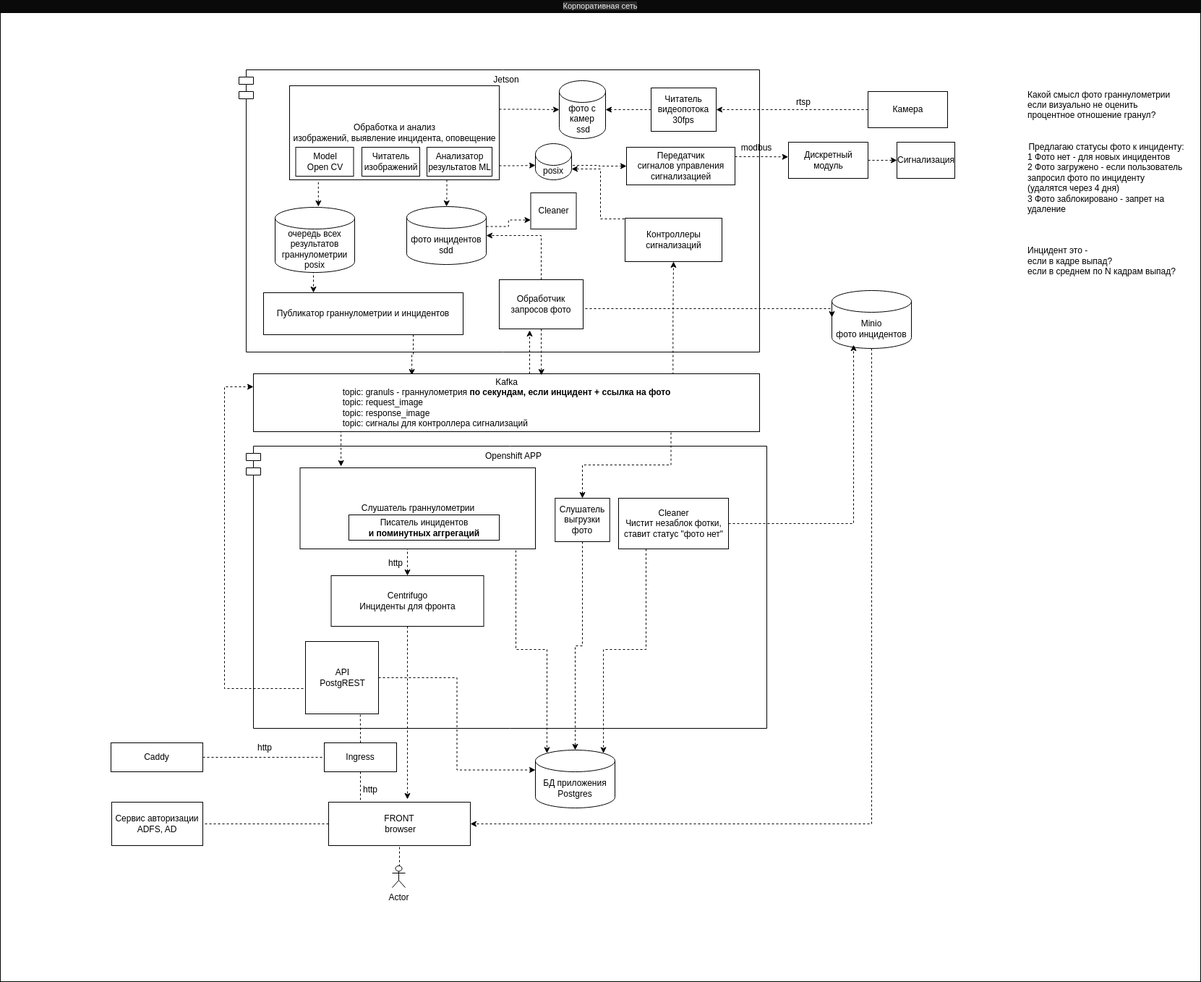
Above: docs/open_cv_1.png in dmpinform/practical_task (draw.io), before the change. Source tidied: cells renumbered, new cells last; positions are measured from the earlier drawing's top-left corner, leaving out a move shared by most shapes.
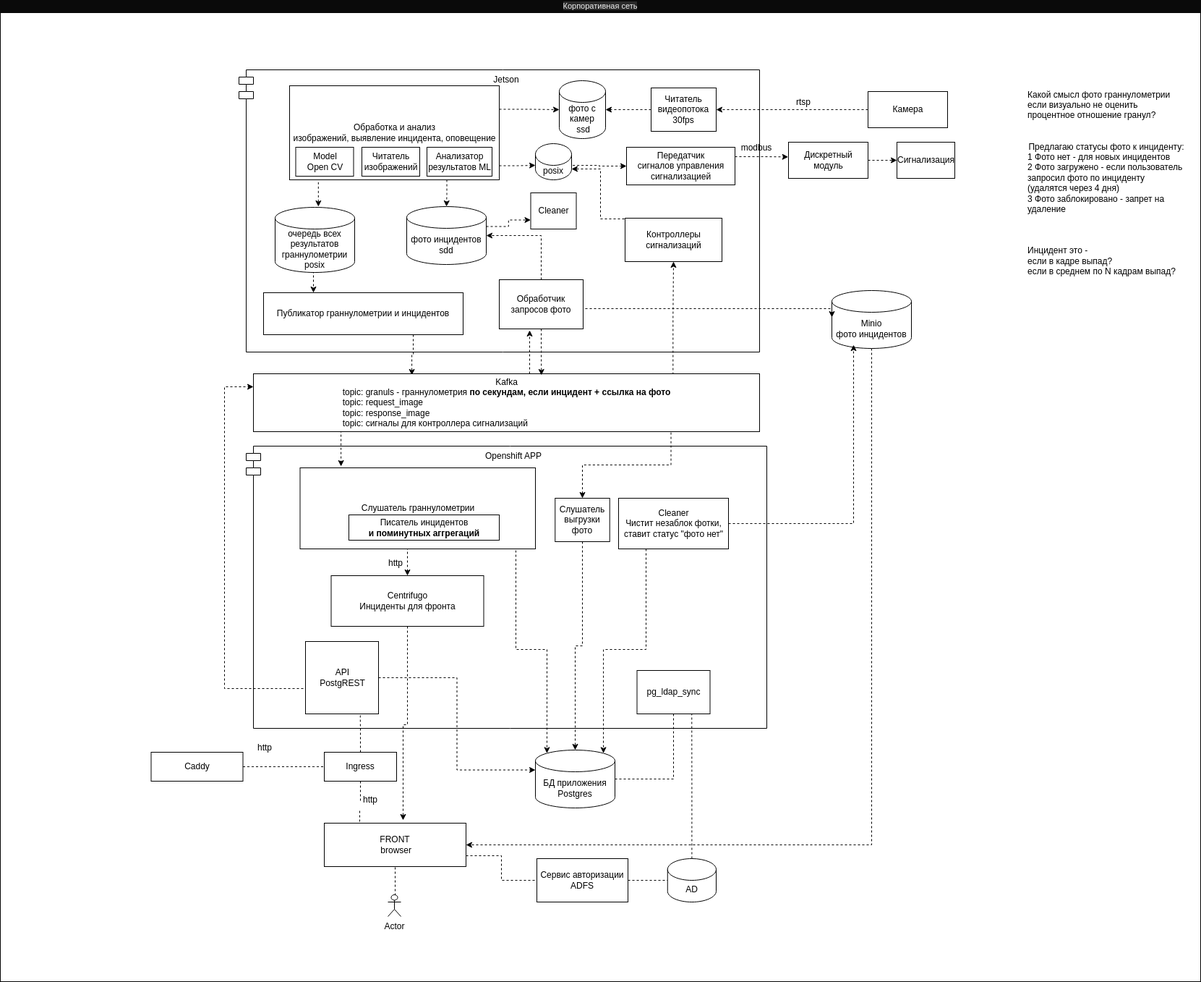
After the change.

Commit message:
Схемы в нотации С4

What changed in the source:
```diff
@@ -208,11 +208,11 @@
     <mxCell id="58" value="Cleaner&lt;br&gt;Чистит незаблок фотки, &lt;br&gt;ставит статус &quot;фото нет&quot;" style="html=1;labelBackgroundColor=none;fontColor=default;" parent="1" vertex="1">
       <mxGeometry x="855" y="671" width="152" height="70" as="geometry" />
     </mxCell>
-    <mxCell id="59" style="edgeStyle=orthogonalEdgeStyle;rounded=0;jettySize=auto;html=1;exitX=0;exitY=0.5;exitDx=0;exitDy=0;entryX=1;entryY=0.5;entryDx=0;entryDy=0;dashed=1;startArrow=none;startFill=0;endArrow=none;endFill=0;" parent="1" edge="1" source="60" target="67">
+    <mxCell id="59" style="edgeStyle=orthogonalEdgeStyle;rounded=0;jettySize=auto;html=1;exitX=1;exitY=0.75;exitDx=0;exitDy=0;entryX=0;entryY=0.5;entryDx=0;entryDy=0;dashed=1;startArrow=none;startFill=0;endArrow=none;endFill=0;" parent="1" edge="1" source="60" target="67">
       <mxGeometry relative="1" as="geometry" />
     </mxCell>
     <mxCell id="60" value="FRONT&lt;br&gt;&amp;nbsp;browser" style="rounded=0;whiteSpace=wrap;html=1;labelBackgroundColor=none;fontColor=default;" parent="1" vertex="1">
-      <mxGeometry x="454" y="1091" width="196" height="60" as="geometry" />
+      <mxGeometry x="448" y="1120" width="196" height="60" as="geometry" />
     </mxCell>
     <mxCell id="61" value="Cleaner&lt;br&gt;" style="html=1;labelBackgroundColor=none;fontColor=default;" parent="1" vertex="1">
       <mxGeometry x="733.5" y="249" width="63" height="50" as="geometry" />
@@ -238,11 +238,14 @@
     <mxCell id="66" value="Анализатор&lt;br&gt;результатов ML" style="html=1;" parent="1" vertex="1">
       <mxGeometry x="590" y="186" width="90" height="40" as="geometry" />
     </mxCell>
+    <mxCell id="76" style="edgeStyle=orthogonalEdgeStyle;rounded=0;jettySize=auto;html=1;exitX=1;exitY=0.5;exitDx=0;exitDy=0;entryX=0;entryY=0.5;entryDx=0;entryDy=0;entryPerimeter=0;endArrow=none;endFill=0;dashed=1;" parent="1" edge="1" source="67" target="81">
+      <mxGeometry relative="1" as="geometry" />
+    </mxCell>
-    <mxCell id="67" value="Сервис авторизации&lt;br&gt;ADFS, AD" style="rounded=0;whiteSpace=wrap;html=1;labelBackgroundColor=none;fontColor=default;" parent="1" vertex="1">
-      <mxGeometry x="154" y="1091" width="126" height="60" as="geometry" />
+    <mxCell id="67" value="Сервис авторизации&lt;br&gt;ADFS" style="rounded=0;whiteSpace=wrap;html=1;labelBackgroundColor=none;fontColor=default;" parent="1" vertex="1">
+      <mxGeometry x="742" y="1169" width="126" height="60" as="geometry" />
     </mxCell>
     <mxCell id="68" value="Caddy" style="rounded=0;whiteSpace=wrap;html=1;labelBackgroundColor=none;fontColor=default;" parent="1" vertex="1">
-      <mxGeometry x="153" y="1009" width="127" height="40" as="geometry" />
+      <mxGeometry x="208.5" y="1022" width="127" height="40" as="geometry" />
     </mxCell>
     <mxCell id="69" style="edgeStyle=orthogonalEdgeStyle;rounded=0;jettySize=auto;html=1;exitX=0.5;exitY=0;exitDx=0;exitDy=0;entryX=0.75;entryY=1;entryDx=0;entryDy=0;dashed=1;startArrow=none;startFill=0;endArrow=none;endFill=0;" parent="1" edge="1" source="71" target="48">
       <mxGeometry relative="1" as="geometry" />
@@ -253,19 +256,34 @@
       </mxGeometry>
     </mxCell>
     <mxCell id="71" value="Ingress" style="rounded=0;whiteSpace=wrap;html=1;labelBackgroundColor=none;fontColor=default;" parent="1" vertex="1">
-      <mxGeometry x="448" y="1009" width="100" height="40" as="geometry" />
+      <mxGeometry x="448" y="1022" width="100" height="40" as="geometry" />
     </mxCell>
     <mxCell id="72" style="edgeStyle=orthogonalEdgeStyle;rounded=0;jettySize=auto;html=1;exitX=0.5;exitY=0;exitDx=0;exitDy=0;exitPerimeter=0;entryX=0.5;entryY=1;entryDx=0;entryDy=0;dashed=1;startArrow=none;startFill=0;endArrow=none;endFill=0;" parent="1" edge="1" source="73" target="60">
       <mxGeometry relative="1" as="geometry" />
     </mxCell>
     <mxCell id="73" value="Actor" style="shape=umlActor;verticalLabelPosition=bottom;verticalAlign=top;html=1;outlineConnect=0;strokeColor=default;" parent="1" vertex="1">
-      <mxGeometry x="542" y="1179" width="18" height="30" as="geometry" />
+      <mxGeometry x="536" y="1219" width="18" height="30" as="geometry" />
     </mxCell>
+    <mxCell id="77" style="edgeStyle=orthogonalEdgeStyle;rounded=0;jettySize=auto;html=1;exitX=0.25;exitY=1;exitDx=0;exitDy=0;entryX=0.25;entryY=0;entryDx=0;entryDy=0;dashed=1;endArrow=none;endFill=0;" parent="1" edge="1" source="74" target="60">
+      <mxGeometry relative="1" as="geometry" />
+    </mxCell>
     <mxCell id="74" value="http" style="text;html=1;strokeColor=none;fillColor=none;align=center;verticalAlign=middle;whiteSpace=wrap;rounded=0;" parent="1" vertex="1">
-      <mxGeometry x="482" y="1059" width="60" height="30" as="geometry" />
+      <mxGeometry x="482" y="1073" width="60" height="30" as="geometry" />
     </mxCell>
     <mxCell id="75" value="http" style="text;html=1;strokeColor=none;fillColor=none;align=center;verticalAlign=middle;whiteSpace=wrap;rounded=0;" parent="1" vertex="1">
       <mxGeometry x="335.5" y="1001" width="60" height="30" as="geometry" />
     </mxCell>
+    <mxCell id="78" style="edgeStyle=orthogonalEdgeStyle;rounded=0;jettySize=auto;html=1;exitX=0.5;exitY=1;exitDx=0;exitDy=0;entryX=1;entryY=0.5;entryDx=0;entryDy=0;entryPerimeter=0;dashed=1;endArrow=none;endFill=0;" parent="1" edge="1" source="79" target="34">
+      <mxGeometry relative="1" as="geometry" />
+    </mxCell>
+    <mxCell id="79" value="pg_ldap_sync" style="html=1;labelBackgroundColor=none;fontColor=default;" parent="1" vertex="1">
+      <mxGeometry x="880.5" y="909" width="101" height="60" as="geometry" />
+    </mxCell>
+    <mxCell id="80" style="edgeStyle=orthogonalEdgeStyle;rounded=0;jettySize=auto;html=1;exitX=0.5;exitY=0;exitDx=0;exitDy=0;exitPerimeter=0;entryX=0.75;entryY=1;entryDx=0;entryDy=0;endArrow=none;endFill=0;dashed=1;" parent="1" edge="1" source="81" target="79">
+      <mxGeometry relative="1" as="geometry" />
+    </mxCell>
+    <mxCell id="81" value="AD" style="shape=cylinder3;whiteSpace=wrap;html=1;boundedLbl=1;backgroundOutline=1;size=15;" parent="1" vertex="1">
+      <mxGeometry x="922.8" y="1169" width="67.2" height="60" as="geometry" />
+    </mxCell>
   </root>
 </mxGraphModel>
```
